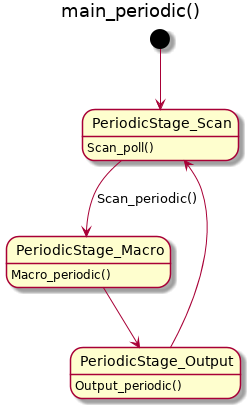
Earlier version of the PlantUML export doc/uml/main_periodic.png (kluelogic/controller).
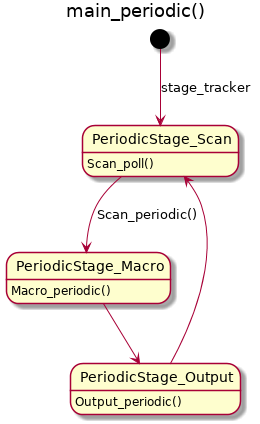
The same diagram one commit later.

Diff of the diagram source:
```diff
@@ -1,6 +1,6 @@
 @startuml
 title main_periodic()
-[*] --> PeriodicStage_Scan
+[*] --> PeriodicStage_Scan : stage_tracker
 PeriodicStage_Scan : Scan_poll()
 PeriodicStage_Scan --> PeriodicStage_Macro : Scan_periodic()
 PeriodicStage_Macro : Macro_periodic()
```
